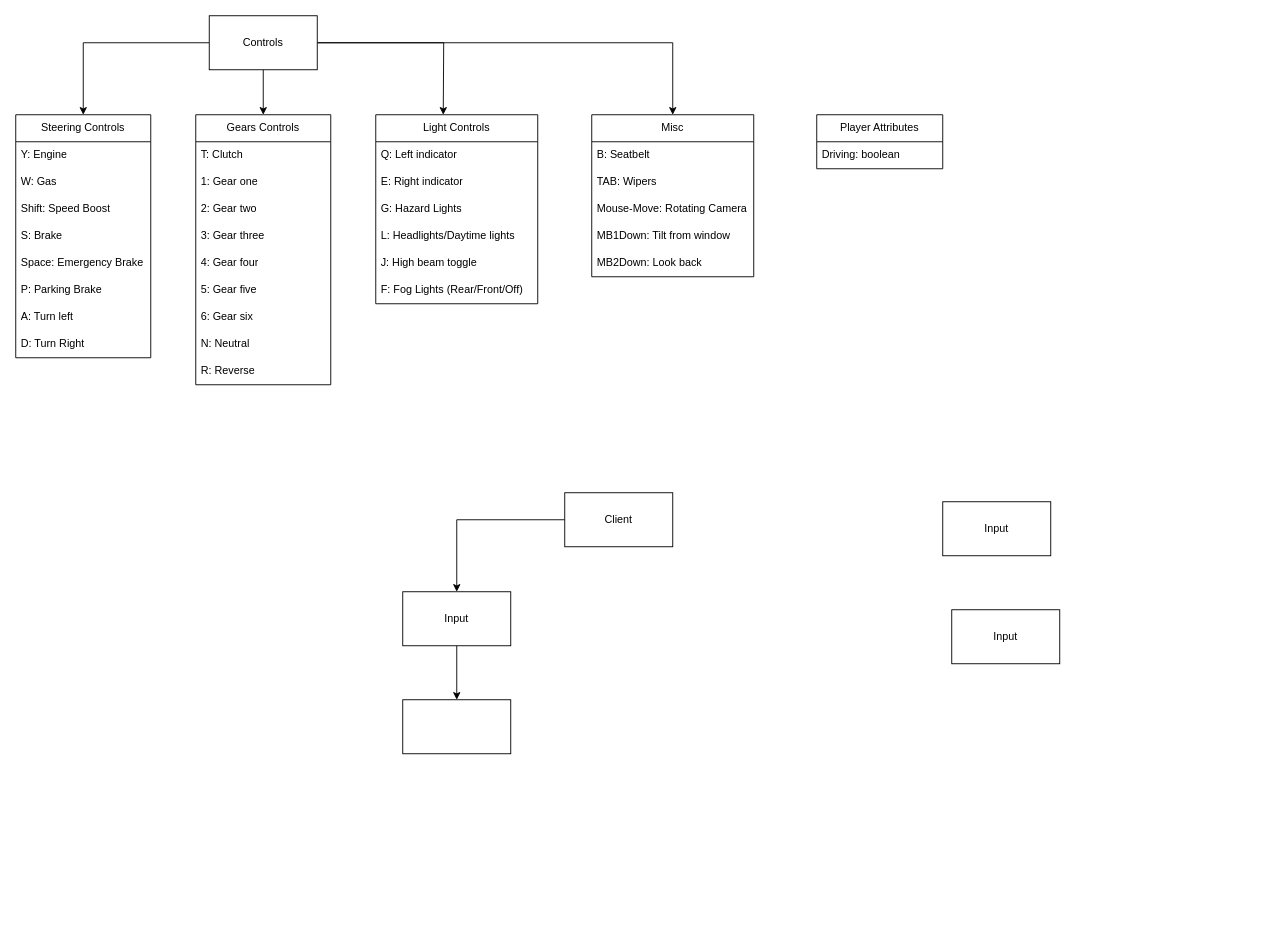
Above: Personal/Car System.drawio in olimaly/Diagrams (draw.io), before the change. Source tidied: cells renumbered, new cells numbered last; positions are measured from the earlier drawing's top-left corner, leaving out a move shared by most shapes. Both pictures are drawn from the tidied source at 90%, with x=0, y=0 at pixel (15, 15).
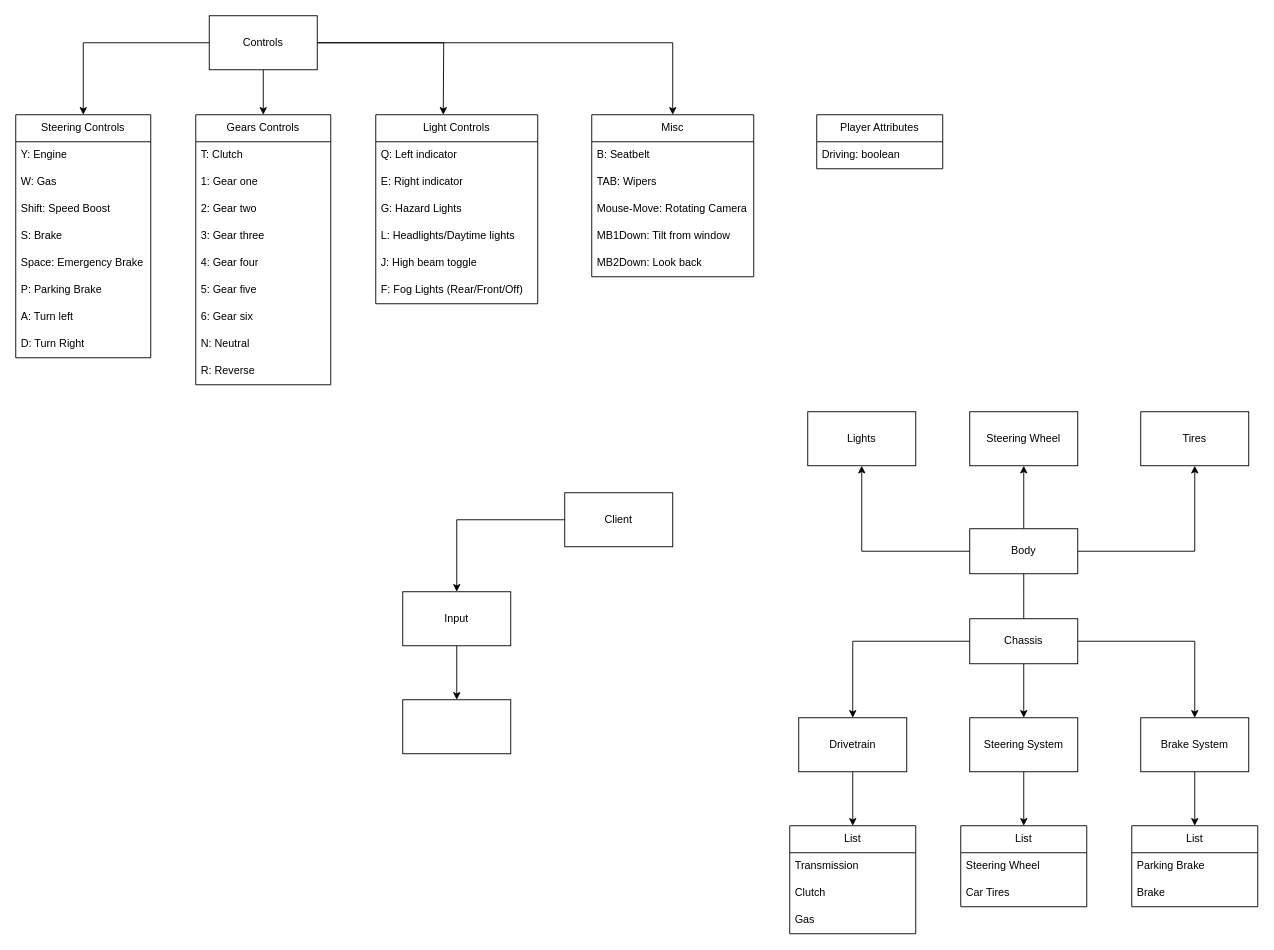
Above is the later version.

The edit, as a diff of the source:
```diff
@@
+    <mxCell id="48" style="edgeStyle=orthogonalEdgeStyle;rounded=0;jettySize=auto;html=1;entryX=0.5;entryY=0;entryDx=0;entryDy=0;" parent="1" edge="1" source="46" target="58">
+      <mxGeometry relative="1" as="geometry" />
+    </mxCell>
-    <mxCell id="46" value="Input" style="rounded=0;whiteSpace=wrap;html=1;" parent="1" vertex="1">
-      <mxGeometry x="1030" y="540" width="120" height="60" as="geometry" />
+    <mxCell id="46" value="Steering System" style="rounded=0;whiteSpace=wrap;html=1;" parent="1" vertex="1">
+      <mxGeometry x="1060" y="780" width="120" height="60" as="geometry" />
     </mxCell>
-    <mxCell id="47" value="Input" style="rounded=0;whiteSpace=wrap;html=1;" parent="1" vertex="1">
-      <mxGeometry x="1040" y="660" width="120" height="60" as="geometry" />
-    </mxCell>
+    <mxCell id="49" style="edgeStyle=orthogonalEdgeStyle;rounded=0;jettySize=auto;html=1;entryX=0.5;entryY=0;entryDx=0;entryDy=0;" parent="1" edge="1" source="53" target="46">
+      <mxGeometry relative="1" as="geometry" />
+    </mxCell>
+    <mxCell id="50" style="edgeStyle=orthogonalEdgeStyle;rounded=0;jettySize=auto;html=1;entryX=0.5;entryY=0;entryDx=0;entryDy=0;" parent="1" edge="1" source="53" target="55">
+      <mxGeometry relative="1" as="geometry" />
+    </mxCell>
+    <mxCell id="51" style="edgeStyle=orthogonalEdgeStyle;rounded=0;jettySize=auto;html=1;entryX=0.5;entryY=0;entryDx=0;entryDy=0;" parent="1" edge="1" source="53" target="57">
+      <mxGeometry relative="1" as="geometry" />
+    </mxCell>
+    <mxCell id="52" style="edgeStyle=orthogonalEdgeStyle;rounded=0;jettySize=auto;html=1;" parent="1" edge="1" source="53">
+      <mxGeometry relative="1" as="geometry">
+        <mxPoint x="1120" y="610" as="targetPoint" />
+      </mxGeometry>
+    </mxCell>
+    <mxCell id="53" value="Chassis" style="rounded=0;whiteSpace=wrap;html=1;" parent="1" vertex="1">
+      <mxGeometry x="1060" y="670" width="120" height="50" as="geometry" />
+    </mxCell>
+    <mxCell id="54" style="edgeStyle=orthogonalEdgeStyle;rounded=0;jettySize=auto;html=1;" parent="1" edge="1" source="55" target="64">
+      <mxGeometry relative="1" as="geometry" />
+    </mxCell>
+    <mxCell id="55" value="Drivetrain" style="rounded=0;whiteSpace=wrap;html=1;" parent="1" vertex="1">
+      <mxGeometry x="870" y="780" width="120" height="60" as="geometry" />
+    </mxCell>
+    <mxCell id="56" style="edgeStyle=orthogonalEdgeStyle;rounded=0;jettySize=auto;html=1;entryX=0.5;entryY=0;entryDx=0;entryDy=0;" parent="1" edge="1" source="57" target="61">
+      <mxGeometry relative="1" as="geometry" />
+    </mxCell>
+    <mxCell id="57" value="Brake System" style="rounded=0;whiteSpace=wrap;html=1;" parent="1" vertex="1">
+      <mxGeometry x="1250" y="780" width="120" height="60" as="geometry" />
+    </mxCell>
+    <mxCell id="58" value="List" style="swimlane;fontStyle=0;horizontal=1;startSize=30;whiteSpace=wrap;html=1;" parent="1" vertex="1">
+      <mxGeometry x="1050" y="900" width="140" height="90" as="geometry" />
+    </mxCell>
+    <mxCell id="59" value="Steering Wheel" style="text;strokeColor=none;fillColor=none;align=left;verticalAlign=middle;spacingLeft=4;spacingRight=4;overflow=hidden;whiteSpace=wrap;html=1;" parent="58" vertex="1">
+      <mxGeometry y="30" width="140" height="30" as="geometry" />
+    </mxCell>
+    <mxCell id="60" value="Car Tires" style="text;strokeColor=none;fillColor=none;align=left;verticalAlign=middle;spacingLeft=4;spacingRight=4;overflow=hidden;whiteSpace=wrap;html=1;" parent="58" vertex="1">
+      <mxGeometry y="60" width="140" height="30" as="geometry" />
+    </mxCell>
+    <mxCell id="61" value="List" style="swimlane;fontStyle=0;horizontal=1;startSize=30;whiteSpace=wrap;html=1;" parent="1" vertex="1">
+      <mxGeometry x="1240" y="900" width="140" height="90" as="geometry" />
+    </mxCell>
+    <mxCell id="62" value="Parking Brake" style="text;strokeColor=none;fillColor=none;align=left;verticalAlign=middle;spacingLeft=4;spacingRight=4;overflow=hidden;whiteSpace=wrap;html=1;" parent="61" vertex="1">
+      <mxGeometry y="30" width="140" height="30" as="geometry" />
+    </mxCell>
+    <mxCell id="63" value="Brake" style="text;strokeColor=none;fillColor=none;align=left;verticalAlign=middle;spacingLeft=4;spacingRight=4;overflow=hidden;whiteSpace=wrap;html=1;" parent="61" vertex="1">
+      <mxGeometry y="60" width="140" height="30" as="geometry" />
+    </mxCell>
+    <mxCell id="64" value="List" style="swimlane;fontStyle=0;horizontal=1;startSize=30;whiteSpace=wrap;html=1;" parent="1" vertex="1">
+      <mxGeometry x="860" y="900" width="140" height="120" as="geometry" />
+    </mxCell>
+    <mxCell id="65" value="Transmission" style="text;strokeColor=none;fillColor=none;align=left;verticalAlign=middle;spacingLeft=4;spacingRight=4;overflow=hidden;whiteSpace=wrap;html=1;" parent="64" vertex="1">
+      <mxGeometry y="30" width="140" height="30" as="geometry" />
+    </mxCell>
+    <mxCell id="66" value="Clutch" style="text;strokeColor=none;fillColor=none;align=left;verticalAlign=middle;spacingLeft=4;spacingRight=4;overflow=hidden;whiteSpace=wrap;html=1;" parent="64" vertex="1">
+      <mxGeometry y="60" width="140" height="30" as="geometry" />
+    </mxCell>
+    <mxCell id="67" value="Gas" style="text;strokeColor=none;fillColor=none;align=left;verticalAlign=middle;spacingLeft=4;spacingRight=4;overflow=hidden;whiteSpace=wrap;html=1;" parent="64" vertex="1">
+      <mxGeometry y="90" width="140" height="30" as="geometry" />
+    </mxCell>
+    <mxCell id="68" style="edgeStyle=orthogonalEdgeStyle;rounded=0;jettySize=auto;html=1;" parent="1" edge="1" source="71" target="72">
+      <mxGeometry relative="1" as="geometry" />
+    </mxCell>
+    <mxCell id="69" style="edgeStyle=orthogonalEdgeStyle;rounded=0;jettySize=auto;html=1;entryX=0.5;entryY=1;entryDx=0;entryDy=0;" parent="1" edge="1" source="71" target="73">
+      <mxGeometry relative="1" as="geometry" />
+    </mxCell>
+    <mxCell id="70" style="edgeStyle=orthogonalEdgeStyle;rounded=0;jettySize=auto;html=1;" parent="1" edge="1" source="71" target="74">
+      <mxGeometry relative="1" as="geometry" />
+    </mxCell>
+    <mxCell id="71" value="Body" style="rounded=0;whiteSpace=wrap;html=1;" parent="1" vertex="1">
+      <mxGeometry x="1060" y="570" width="120" height="50" as="geometry" />
+    </mxCell>
+    <mxCell id="72" value="Steering Wheel" style="whiteSpace=wrap;html=1;rounded=0;" parent="1" vertex="1">
+      <mxGeometry x="1060" y="440" width="120" height="60" as="geometry" />
+    </mxCell>
+    <mxCell id="73" value="Lights" style="whiteSpace=wrap;html=1;rounded=0;" parent="1" vertex="1">
+      <mxGeometry x="880" y="440" width="120" height="60" as="geometry" />
+    </mxCell>
+    <mxCell id="74" value="Tires" style="whiteSpace=wrap;html=1;rounded=0;" parent="1" vertex="1">
+      <mxGeometry x="1250" y="440" width="120" height="60" as="geometry" />
+    </mxCell>
```
